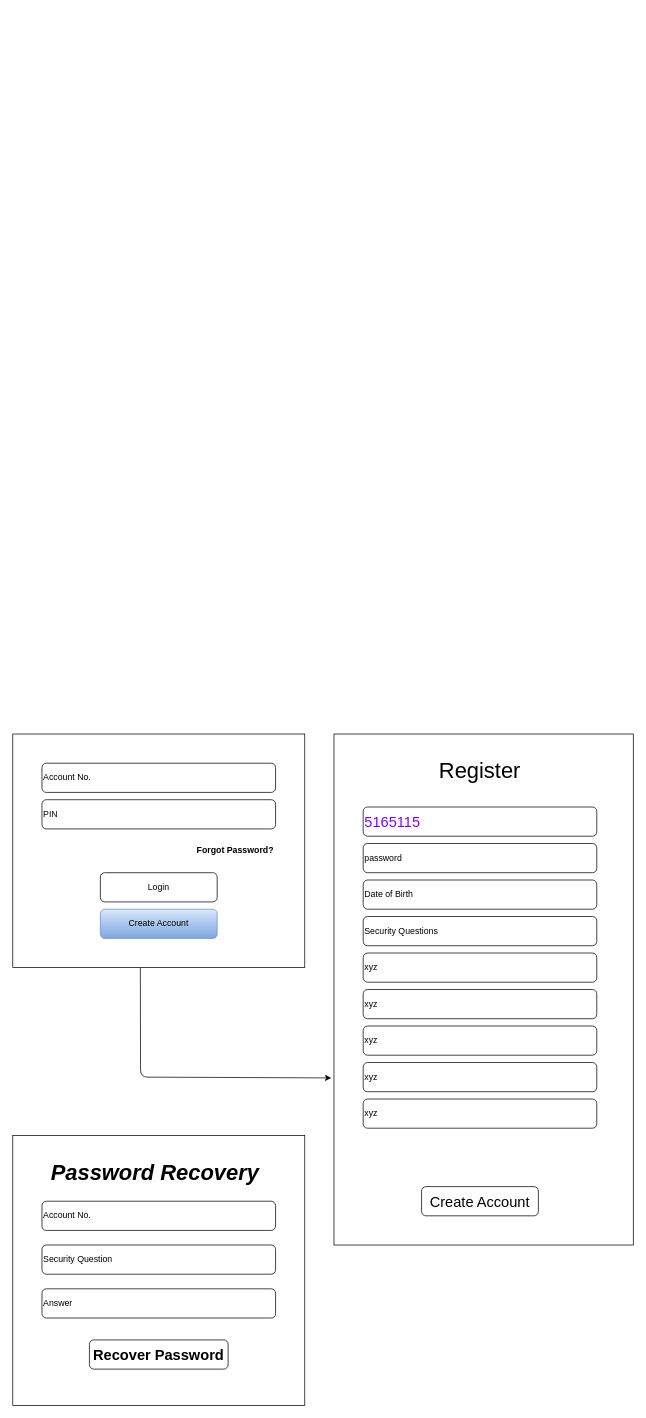
nibir1234/capital_one keeps this draw.io diagram as page "Auth" (4 of 11) of Capital One.drawio. Above is the earlier version. Source tidied: cells renumbered, new cells numbered last; positions are measured from the earlier drawing's top-left corner, leaving out a move shared by most shapes. Both pictures are drawn from the tidied source at 73%, with x=0, y=0 at pixel (12, 734).
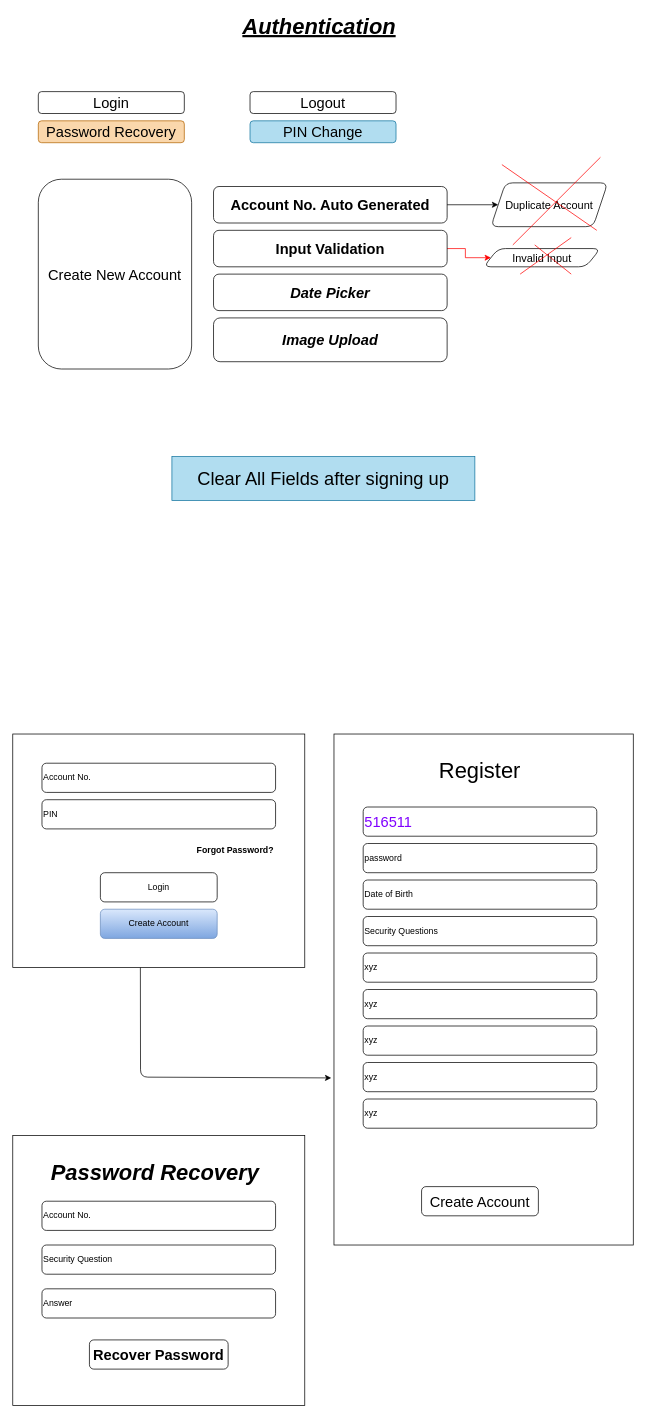
Above is the later version.

What changed in the source:
```diff
@@
-    <mxCell id="9" value="&lt;font style=&quot;font-size: 20px&quot; color=&quot;#7f00ff&quot;&gt;5165115&lt;/font&gt;" style="rounded=1;whiteSpace=wrap;html=1;shadow=0;glass=0;fillColor=none;gradientColor=#ffffff;align=left;" parent="1" vertex="1">
+    <mxCell id="9" value="&lt;font style=&quot;font-size: 20px&quot; color=&quot;#7f00ff&quot;&gt;516511&lt;/font&gt;" style="rounded=1;whiteSpace=wrap;html=1;shadow=0;glass=0;fillColor=none;gradientColor=#ffffff;align=left;" parent="1" vertex="1">
       <mxGeometry x="480" y="100" width="320" height="40" as="geometry" />
     </mxCell>
@@
+    <mxCell id="27" value="&lt;font style=&quot;font-size: 20px&quot;&gt;Login&lt;/font&gt;" style="rounded=1;whiteSpace=wrap;html=1;shadow=0;glass=0;fillColor=none;gradientColor=#ffffff;" parent="1" vertex="1">
+      <mxGeometry x="35" y="-880" width="200" height="30" as="geometry" />
+    </mxCell>
+    <mxCell id="28" value="&lt;font style=&quot;font-size: 20px&quot;&gt;Logout&lt;/font&gt;" style="rounded=1;whiteSpace=wrap;html=1;shadow=0;glass=0;fillColor=none;gradientColor=#ffffff;" parent="1" vertex="1">
+      <mxGeometry x="325" y="-880" width="200" height="30" as="geometry" />
+    </mxCell>
+    <mxCell id="29" style="edgeStyle=orthogonalEdgeStyle;rounded=0;jettySize=auto;html=1;strokeColor=#FF0000;" parent="1" edge="1" source="30" target="41">
+      <mxGeometry relative="1" as="geometry" />
+    </mxCell>
+    <mxCell id="30" value="&lt;font style=&quot;font-size: 20px&quot;&gt;&lt;b&gt;Input Validation&lt;/b&gt;&lt;/font&gt;" style="rounded=1;whiteSpace=wrap;html=1;shadow=0;glass=0;fillColor=none;gradientColor=#ffffff;" parent="1" vertex="1">
+      <mxGeometry x="275" y="-690" width="320" height="50" as="geometry" />
+    </mxCell>
+    <mxCell id="31" value="&lt;font style=&quot;font-size: 20px&quot;&gt;&lt;i&gt;&lt;b&gt;Image Upload&lt;/b&gt;&lt;/i&gt;&lt;/font&gt;" style="rounded=1;whiteSpace=wrap;html=1;shadow=0;glass=0;fillColor=none;gradientColor=#ffffff;" parent="1" vertex="1">
+      <mxGeometry x="275" y="-570" width="320" height="60" as="geometry" />
+    </mxCell>
+    <mxCell id="32" style="edgeStyle=orthogonalEdgeStyle;rounded=0;jettySize=auto;html=1;" parent="1" edge="1" source="33" target="38">
+      <mxGeometry relative="1" as="geometry" />
+    </mxCell>
+    <mxCell id="33" value="&lt;span style=&quot;font-size: 20px&quot;&gt;&lt;b&gt;Account No. Auto Generated&lt;/b&gt;&lt;br&gt;&lt;/span&gt;" style="rounded=1;whiteSpace=wrap;html=1;shadow=0;glass=0;fillColor=none;gradientColor=#ffffff;" parent="1" vertex="1">
+      <mxGeometry x="275" y="-750" width="320" height="50" as="geometry" />
+    </mxCell>
+    <mxCell id="34" value="&lt;font style=&quot;font-size: 20px&quot;&gt;Password Recovery&lt;/font&gt;" style="rounded=1;whiteSpace=wrap;html=1;shadow=0;glass=0;fillColor=#fad7ac;strokeColor=#b46504;" parent="1" vertex="1">
+      <mxGeometry x="35" y="-840" width="200" height="30" as="geometry" />
+    </mxCell>
+    <mxCell id="35" value="&lt;font style=&quot;font-size: 20px&quot;&gt;PIN Change&lt;/font&gt;" style="rounded=1;whiteSpace=wrap;html=1;shadow=0;glass=0;fillColor=#b1ddf0;strokeColor=#10739e;" parent="1" vertex="1">
+      <mxGeometry x="325" y="-840" width="200" height="30" as="geometry" />
+    </mxCell>
+    <mxCell id="36" value="&lt;font style=&quot;font-size: 20px&quot;&gt;Create New Account&lt;br&gt;&lt;/font&gt;" style="rounded=1;whiteSpace=wrap;html=1;shadow=0;glass=0;fillColor=none;" parent="1" vertex="1">
+      <mxGeometry x="35" y="-760" width="210" height="260" as="geometry" />
+    </mxCell>
+    <mxCell id="37" value="&lt;font style=&quot;font-size: 20px&quot;&gt;&lt;i&gt;&lt;b&gt;Date Picker&lt;/b&gt;&lt;/i&gt;&lt;/font&gt;" style="rounded=1;whiteSpace=wrap;html=1;shadow=0;glass=0;fillColor=none;gradientColor=#ffffff;" parent="1" vertex="1">
+      <mxGeometry x="275" y="-630" width="320" height="50" as="geometry" />
+    </mxCell>
+    <mxCell id="38" value="&lt;font style=&quot;font-size: 15px&quot;&gt;Duplicate Account&lt;/font&gt;" style="shape=parallelogram;perimeter=parallelogramPerimeter;whiteSpace=wrap;html=1;fixedSize=1;rounded=1;shadow=0;fillColor=none;gradientColor=#ffffff;glass=0;" parent="1" vertex="1">
+      <mxGeometry x="655" y="-755" width="160" height="60" as="geometry" />
+    </mxCell>
+    <mxCell id="39" style="endArrow=none;html=1;strokeColor=#FF0000;" parent="1" edge="1">
+      <mxGeometry relative="1" as="geometry">
+        <mxPoint x="685" y="-670" as="sourcePoint" />
+        <mxPoint x="805" y="-790" as="targetPoint" />
+      </mxGeometry>
+    </mxCell>
+    <mxCell id="40" style="endArrow=none;html=1;strokeColor=#FF0000;" parent="1" edge="1">
+      <mxGeometry relative="1" as="geometry">
+        <mxPoint x="670" y="-780" as="sourcePoint" />
+        <mxPoint x="800" y="-690" as="targetPoint" />
+      </mxGeometry>
+    </mxCell>
+    <mxCell id="41" value="&lt;font style=&quot;font-size: 15px&quot;&gt;Invalid Input&lt;br&gt;&lt;/font&gt;" style="shape=parallelogram;perimeter=parallelogramPerimeter;whiteSpace=wrap;html=1;fixedSize=1;rounded=1;shadow=0;fillColor=none;gradientColor=#ffffff;glass=0;" parent="1" vertex="1">
+      <mxGeometry x="645" y="-665" width="160" height="25" as="geometry" />
+    </mxCell>
+    <mxCell id="42" style="endArrow=none;html=1;strokeColor=#FF0000;" parent="1" edge="1">
+      <mxGeometry relative="1" as="geometry">
+        <mxPoint x="715" y="-670" as="sourcePoint" />
+        <mxPoint x="765" y="-630" as="targetPoint" />
+      </mxGeometry>
+    </mxCell>
+    <mxCell id="43" style="endArrow=none;html=1;strokeColor=#FF0000;" parent="1" edge="1">
+      <mxGeometry relative="1" as="geometry">
+        <mxPoint x="695" y="-630" as="sourcePoint" />
+        <mxPoint x="765" y="-680" as="targetPoint" />
+      </mxGeometry>
+    </mxCell>
+    <mxCell id="44" value="&lt;font style=&quot;font-size: 30px&quot;&gt;&lt;b&gt;&lt;i&gt;&lt;u&gt;Authentication&lt;/u&gt;&lt;/i&gt;&lt;/b&gt;&lt;/font&gt;" style="text;html=1;strokeColor=none;fillColor=none;align=center;verticalAlign=middle;whiteSpace=wrap;rounded=0;shadow=0;glass=0;" parent="1" vertex="1">
+      <mxGeometry x="295" y="-980" width="250" height="20" as="geometry" />
+    </mxCell>
+    <mxCell id="45" value="&lt;font style=&quot;font-size: 25px&quot;&gt;Clear All Fields after signing up&lt;/font&gt;" style="rounded=0;whiteSpace=wrap;html=1;shadow=0;glass=0;fillColor=#b1ddf0;strokeColor=#10739e;" parent="1" vertex="1">
+      <mxGeometry x="218" y="-380" width="415" height="60" as="geometry" />
+    </mxCell>
```
